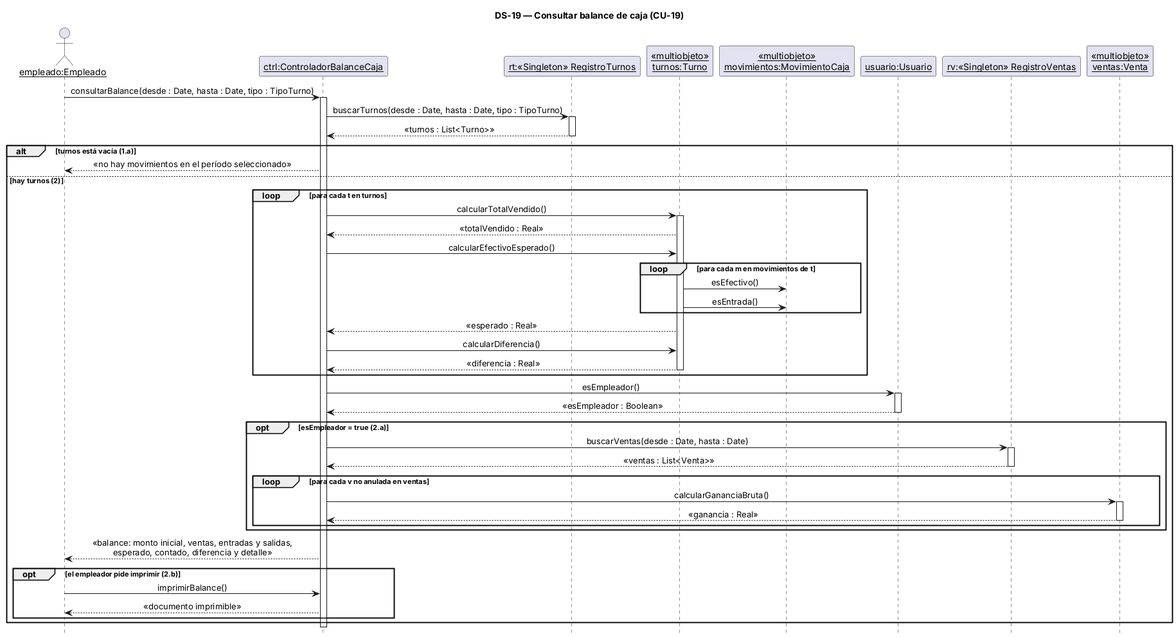
alanbalzaretti123/control-de-stock1 keeps this PlantUML diagram as 08-Diagrama De Secuencia/DS-19 Consultar balance de caja.png. Above is the earlier version.
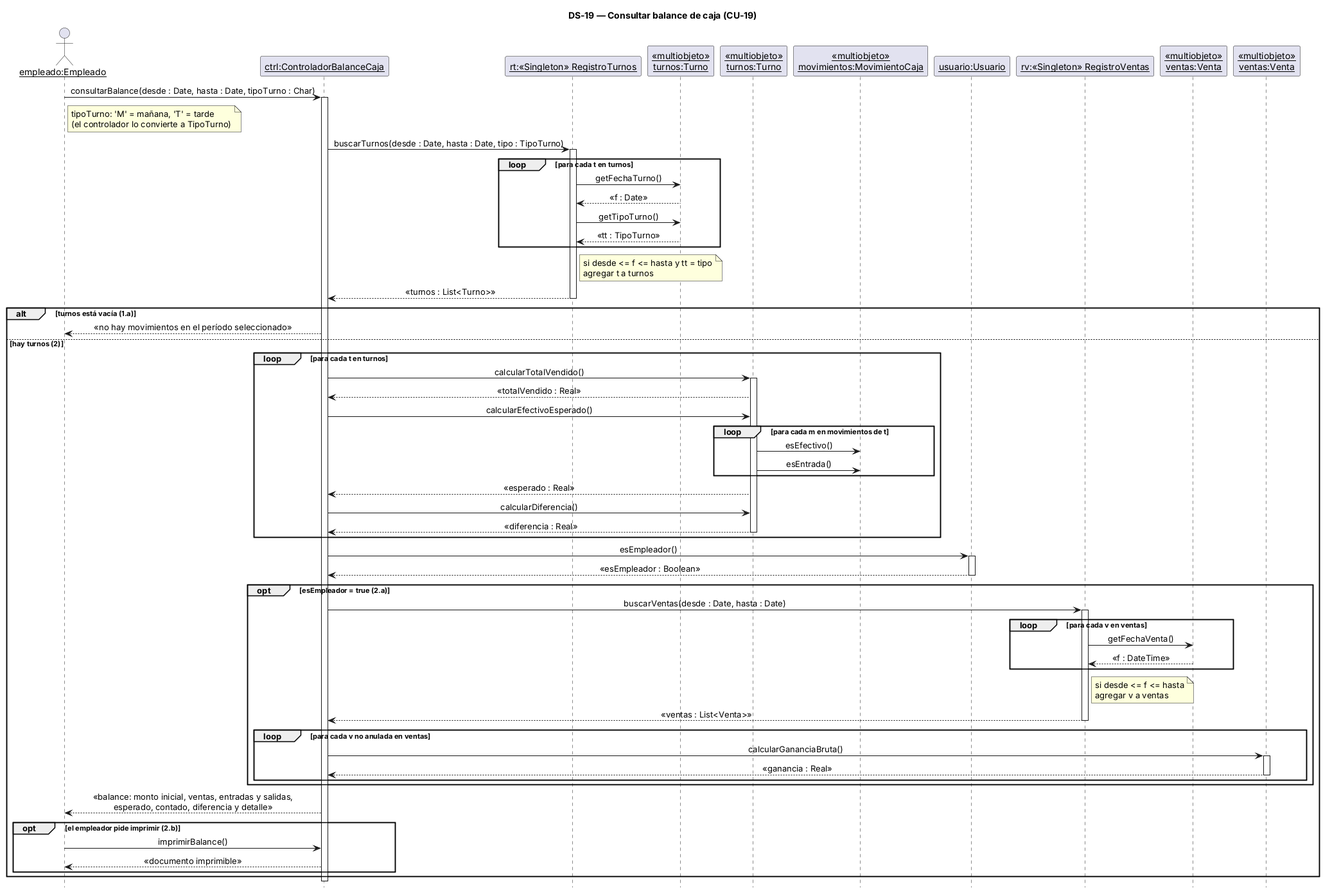
Above is the later version.

What changed in the source:
```diff
@@ -8,16 +8,26 @@
 actor "empleado:Empleado" as U
 participant "ctrl:ControladorBalanceCaja" as C
 participant "rt:«Singleton» RegistroTurnos" as RT
+participant "«multiobjeto»\nturnos:Turno" as MTU
 participant "«multiobjeto»\nturnos:Turno" as T
 participant "«multiobjeto»\nmovimientos:MovimientoCaja" as M
 participant "usuario:Usuario" as US
 participant "rv:«Singleton» RegistroVentas" as RV
+participant "«multiobjeto»\nventas:Venta" as MVE
 participant "«multiobjeto»\nventas:Venta" as V
 
-U -> C : consultarBalance(desde : Date, hasta : Date, tipo : TipoTurno)
+U -> C : consultarBalance(desde : Date, hasta : Date, tipoTurno : Char)
+note right of U : tipoTurno: 'M' = mañana, 'T' = tarde\n(el controlador lo convierte a TipoTurno)
 activate C
 C -> RT : buscarTurnos(desde : Date, hasta : Date, tipo : TipoTurno)
 activate RT
+loop para cada t en turnos
+  RT -> MTU : getFechaTurno()
+  MTU --> RT : «f : Date»
+  RT -> MTU : getTipoTurno()
+  MTU --> RT : «tt : TipoTurno»
+end
+note right of RT : si desde <= f <= hasta y tt = tipo\nagregar t a turnos
 RT --> C : «turnos : List<Turno>»
 deactivate RT
 alt turnos está vacía (1.a)
@@ -44,6 +54,11 @@
   opt esEmpleador = true (2.a)
     C -> RV : buscarVentas(desde : Date, hasta : Date)
     activate RV
+    loop para cada v en ventas
+      RV -> MVE : getFechaVenta()
+      MVE --> RV : «f : DateTime»
+    end
+    note right of RV : si desde <= f <= hasta\nagregar v a ventas
     RV --> C : «ventas : List<Venta>»
     deactivate RV
     loop para cada v no anulada en ventas
```
